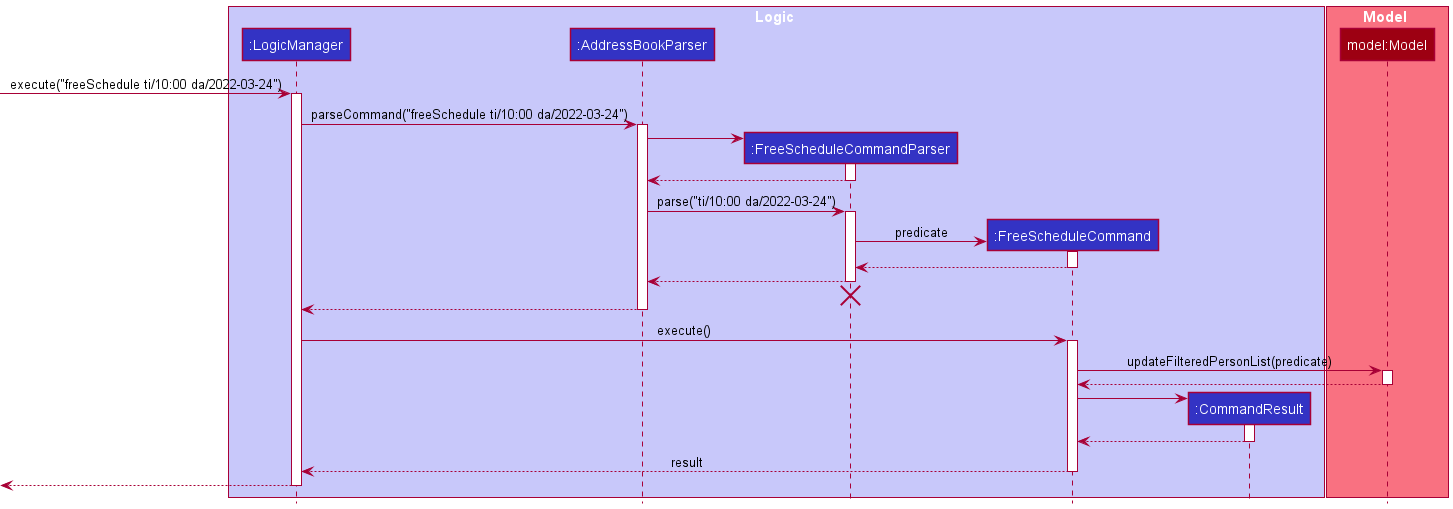
This is docs/images/WhoIsFreeSequenceDiagram.png from vishandi/tp, a PlantUML export, as it was before one commit. Its diagram source:
```plantuml
@startuml
!include style.puml

box Logic LOGIC_COLOR_T1
participant ":LogicManager" as LogicManager LOGIC_COLOR
participant ":AddressBookParser" as AddressBookParser LOGIC_COLOR
participant ":FreeScheduleCommandParser" as FreeScheduleCommandParser LOGIC_COLOR
participant ":FreeScheduleCommand" as FreeScheduleCommand LOGIC_COLOR
participant ":CommandResult" as CommandResult LOGIC_COLOR
end box

box Model MODEL_COLOR_T1
participant "model:Model" as Model MODEL_COLOR
end box

[-> LogicManager : execute("freeSchedule ti/10:00 da/2022-03-24")
activate LogicManager

LogicManager -> AddressBookParser : parseCommand("freeSchedule ti/10:00 da/2022-03-24")
activate AddressBookParser

create FreeScheduleCommandParser
AddressBookParser -> FreeScheduleCommandParser
activate FreeScheduleCommandParser

FreeScheduleCommandParser --> AddressBookParser
deactivate FreeScheduleCommandParser

AddressBookParser -> FreeScheduleCommandParser : parse("ti/10:00 da/2022-03-24")
activate FreeScheduleCommandParser

create FreeScheduleCommand
FreeScheduleCommandParser -> FreeScheduleCommand :predicate
activate FreeScheduleCommand

FreeScheduleCommand --> FreeScheduleCommandParser
deactivate FreeScheduleCommand

FreeScheduleCommandParser --> AddressBookParser
deactivate FreeScheduleCommandParser
FreeScheduleCommandParser -[hidden]-> AddressBookParser
destroy FreeScheduleCommandParser

AddressBookParser --> LogicManager
deactivate AddressBookParser

LogicManager -> FreeScheduleCommand : execute()
activate FreeScheduleCommand

FreeScheduleCommand -> Model : updateFilteredPersonList(predicate)
activate Model

Model --> FreeScheduleCommand
deactivate Model

create CommandResult
FreeScheduleCommand -> CommandResult
activate CommandResult

CommandResult --> FreeScheduleCommand
deactivate CommandResult

FreeScheduleCommand --> LogicManager : result
deactivate FreeScheduleCommand

[<--LogicManager
deactivate LogicManager
@enduml
```
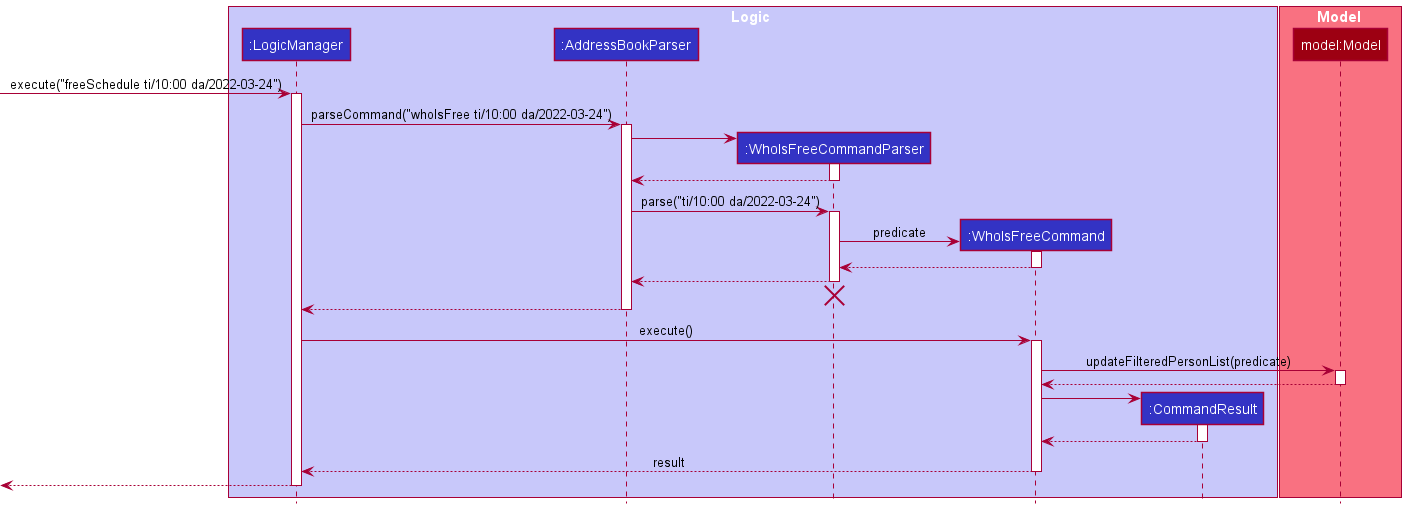
After the change.

What changed in the source:
```diff
@@ -4,8 +4,8 @@
 box Logic LOGIC_COLOR_T1
 participant ":LogicManager" as LogicManager LOGIC_COLOR
 participant ":AddressBookParser" as AddressBookParser LOGIC_COLOR
-participant ":FreeScheduleCommandParser" as FreeScheduleCommandParser LOGIC_COLOR
-participant ":FreeScheduleCommand" as FreeScheduleCommand LOGIC_COLOR
+participant ":WhoIsFreeCommandParser" as WhoIsFreeCommandParser LOGIC_COLOR
+participant ":WhoIsFreeCommand" as WhoIsFreeCommand LOGIC_COLOR
 participant ":CommandResult" as CommandResult LOGIC_COLOR
 end box
 
@@ -16,52 +16,52 @@
 [-> LogicManager : execute("freeSchedule ti/10:00 da/2022-03-24")
 activate LogicManager
 
-LogicManager -> AddressBookParser : parseCommand("freeSchedule ti/10:00 da/2022-03-24")
+LogicManager -> AddressBookParser : parseCommand("whoIsFree ti/10:00 da/2022-03-24")
 activate AddressBookParser
 
-create FreeScheduleCommandParser
-AddressBookParser -> FreeScheduleCommandParser
-activate FreeScheduleCommandParser
+create WhoIsFreeCommandParser
+AddressBookParser -> WhoIsFreeCommandParser
+activate WhoIsFreeCommandParser
 
-FreeScheduleCommandParser --> AddressBookParser
-deactivate FreeScheduleCommandParser
+WhoIsFreeCommandParser --> AddressBookParser
+deactivate WhoIsFreeCommandParser
 
-AddressBookParser -> FreeScheduleCommandParser : parse("ti/10:00 da/2022-03-24")
-activate FreeScheduleCommandParser
+AddressBookParser -> WhoIsFreeCommandParser : parse("ti/10:00 da/2022-03-24")
+activate WhoIsFreeCommandParser
 
-create FreeScheduleCommand
-FreeScheduleCommandParser -> FreeScheduleCommand :predicate
-activate FreeScheduleCommand
+create WhoIsFreeCommand
+WhoIsFreeCommandParser -> WhoIsFreeCommand :predicate
+activate WhoIsFreeCommand
 
-FreeScheduleCommand --> FreeScheduleCommandParser
-deactivate FreeScheduleCommand
+WhoIsFreeCommand --> WhoIsFreeCommandParser
+deactivate WhoIsFreeCommand
 
-FreeScheduleCommandParser --> AddressBookParser
-deactivate FreeScheduleCommandParser
-FreeScheduleCommandParser -[hidden]-> AddressBookParser
-destroy FreeScheduleCommandParser
+WhoIsFreeCommandParser --> AddressBookParser
+deactivate WhoIsFreeCommandParser
+WhoIsFreeCommandParser -[hidden]-> AddressBookParser
+destroy WhoIsFreeCommandParser
 
 AddressBookParser --> LogicManager
 deactivate AddressBookParser
 
-LogicManager -> FreeScheduleCommand : execute()
-activate FreeScheduleCommand
+LogicManager -> WhoIsFreeCommand : execute()
+activate WhoIsFreeCommand
 
-FreeScheduleCommand -> Model : updateFilteredPersonList(predicate)
+WhoIsFreeCommand -> Model : updateFilteredPersonList(predicate)
 activate Model
 
-Model --> FreeScheduleCommand
+Model --> WhoIsFreeCommand
 deactivate Model
 
 create CommandResult
-FreeScheduleCommand -> CommandResult
+WhoIsFreeCommand -> CommandResult
 activate CommandResult
 
-CommandResult --> FreeScheduleCommand
+CommandResult --> WhoIsFreeCommand
 deactivate CommandResult
 
-FreeScheduleCommand --> LogicManager : result
-deactivate FreeScheduleCommand
+WhoIsFreeCommand --> LogicManager : result
+deactivate WhoIsFreeCommand
 
 [<--LogicManager
 deactivate LogicManager
```
